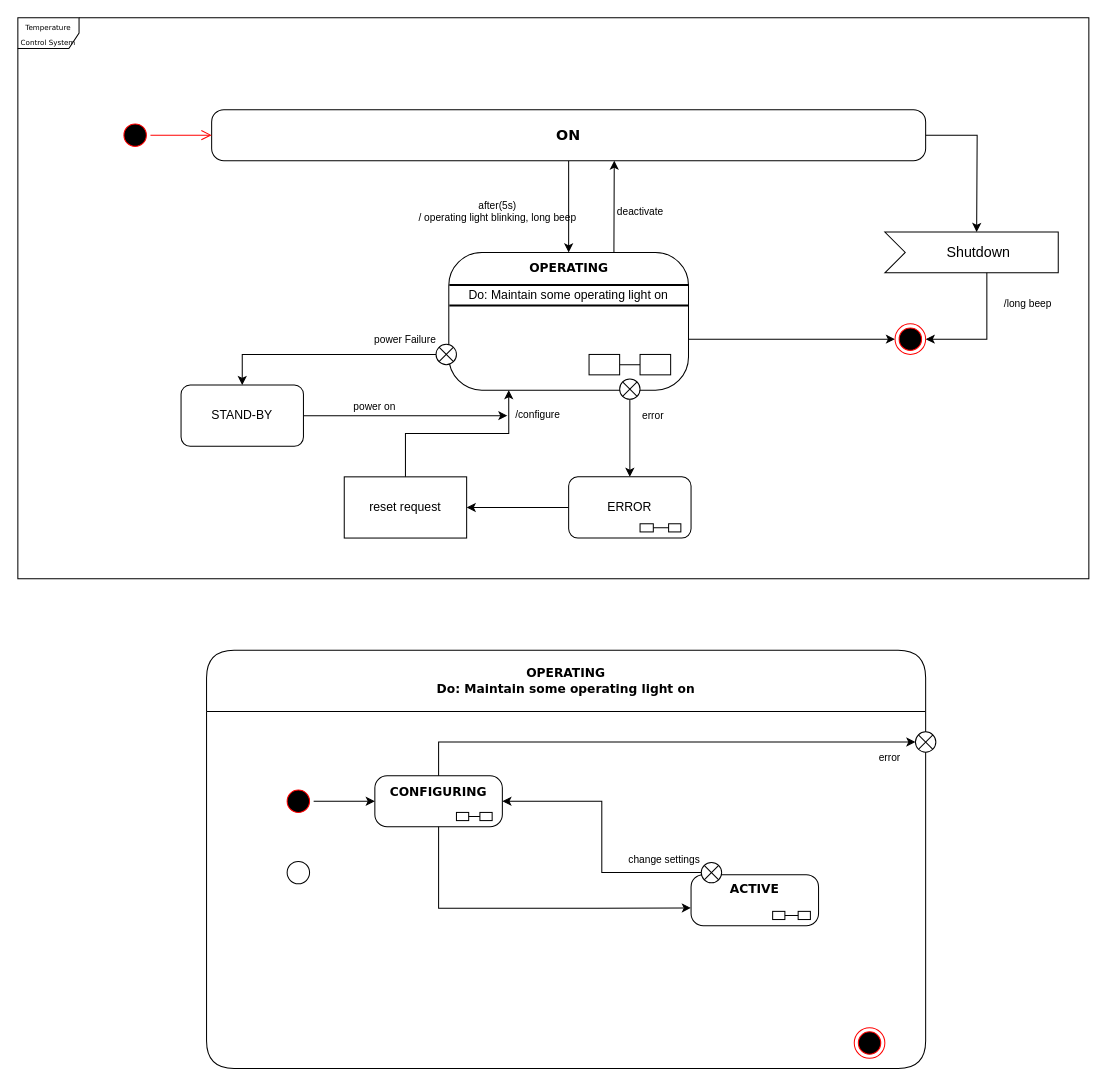
This is temp_co2_control_system.drawio from OZiad/UML_State_Machine_331, a draw.io file, before an edit. Source tidied: cells renumbered, new cells numbered last; positions are measured from the earlier drawing's top-left corner, leaving out a move shared by most shapes. Both pictures are drawn from the tidied source at 102%, with x=0, y=0 at pixel (17, 17).
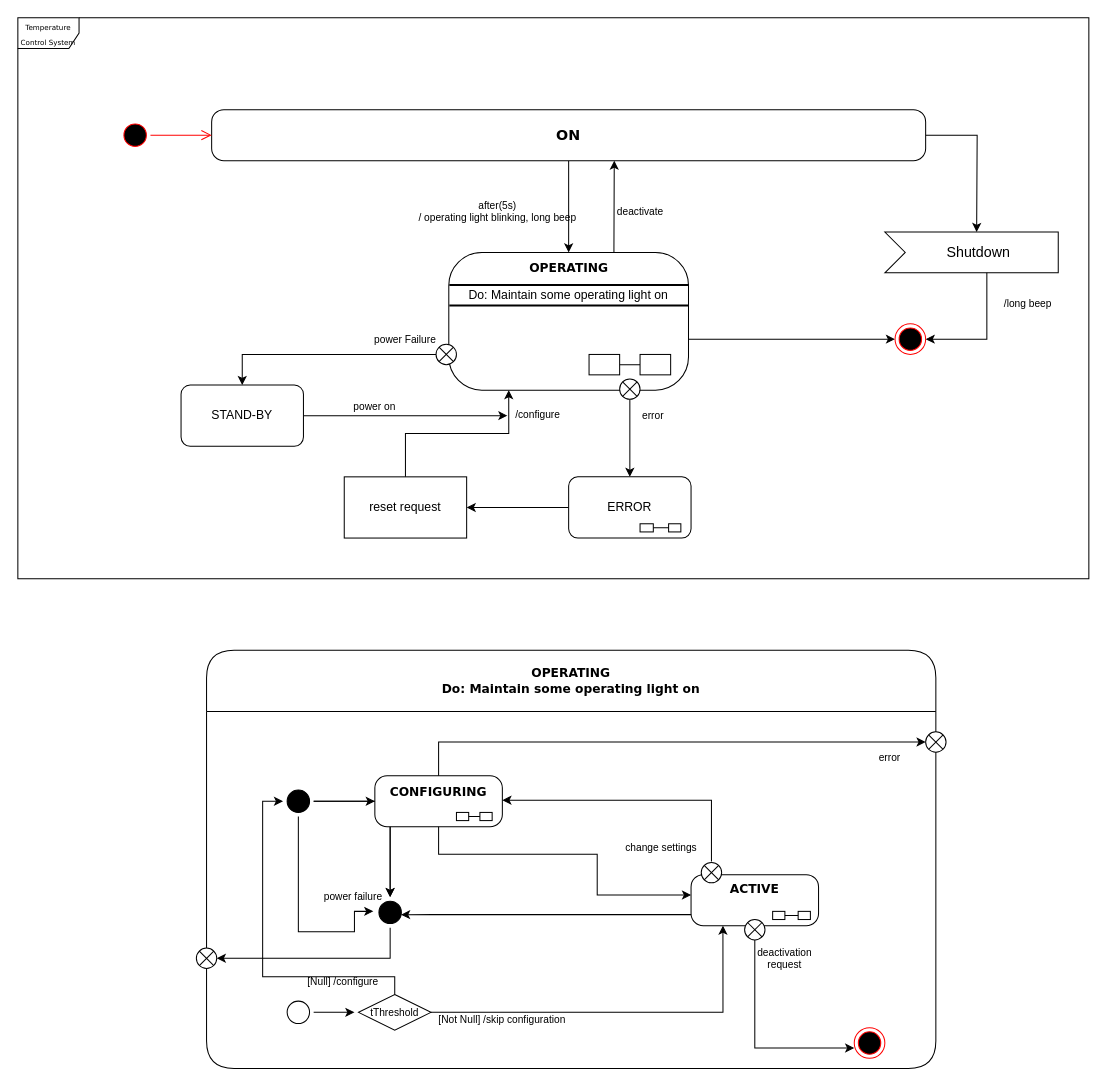
After the change.

Commit message:
Finish up OPERATING state

The change refers to these unchanged cells:
```xml
<mxCell id="3" style="ellipse;html=1;shape=endState;fillColor=#000000;strokeColor=#ff0000;rounded=1;shadow=0;comic=0;labelBackgroundColor=none;fontFamily=Verdana;fontSize=12;fontColor=#000000;align=center;" parent="2" vertex="1">
  <mxGeometry x="635" y="370" width="30" height="30" as="geometry" />
</mxCell>
<mxCell id="6" value="&lt;span style=&quot;font-size: 14px;&quot;&gt;&lt;b style=&quot;font-size: 12px;&quot;&gt;CONFIGURING&lt;/b&gt;&lt;/span&gt;" style="rounded=1;whiteSpace=wrap;html=1;arcSize=24;shadow=0;comic=0;labelBackgroundColor=none;fontFamily=Verdana;fontSize=12;align=center;verticalAlign=top;horizontal=1;points=[[0,0,0,0,0],[0,0.25,0,0,0],[0,0.5,0,0,0],[0,0.75,0,0,0],[0,1,0,0,0],[0.25,0,0,0,0],[0.25,1,0,0,0],[0.5,0,0,0,0],[0.5,1,0,0,0],[0.75,0,0,0,0],[0.75,1,0,0,0],[1,0,0,0,0],[1,0.25,0,0,0],[1,0.5,0,0,0],[1,0.75,0,0,0],[1,1,0,0,0]];" parent="2" vertex="1">
  <mxGeometry x="165" y="123" width="125" height="50" as="geometry" />
</mxCell>
<mxCell id="12" value="&lt;b&gt;ACTIVE&lt;/b&gt;" style="rounded=1;whiteSpace=wrap;html=1;arcSize=24;shadow=0;comic=0;labelBackgroundColor=none;fontFamily=Verdana;fontSize=12;align=center;verticalAlign=top;horizontal=1;points=[[0,0,0,0,0],[0,0.25,0,0,0],[0,0.5,0,0,0],[0,0.75,0,0,0],[0,1,0,0,0],[0.25,0,0,0,0],[0.25,1,0,0,0],[0.5,0,0,0,0],[0.5,1,0,0,0],[0.75,0,0,0,0],[0.75,1,0,0,0],[1,0,0,0,0],[1,0.25,0,0,0],[1,0.5,0,0,0],[1,0.75,0,0,0],[1,1,0,0,0]];" parent="2" vertex="1">
  <mxGeometry x="475" y="220" width="125" height="50" as="geometry" />
</mxCell>
<mxCell id="17" style="shape=sumEllipse;perimeter=ellipsePerimeter;html=1;backgroundOutline=1;" parent="2" vertex="1">
  <mxGeometry x="485" y="208" width="20" height="20" as="geometry" />
</mxCell>
```

Diff of the diagram source:
```diff
@@
     <mxCell id="2" value="OPERATING&lt;br&gt;Do: Maintain some operating light on" style="swimlane;whiteSpace=wrap;html=1;rounded=1;shadow=0;comic=0;labelBackgroundColor=none;strokeWidth=1;fontFamily=Verdana;fontSize=12;align=center;startSize=60;" parent="1" vertex="1">
-      <mxGeometry x="185" y="620" width="705" height="410" as="geometry" />
+      <mxGeometry x="185" y="620" width="715" height="410" as="geometry" />
     </mxCell>
@@
+    <mxCell id="60" style="edgeStyle=orthogonalEdgeStyle;rounded=0;jettySize=auto;html=1;" parent="2" edge="1" source="4" target="68">
+      <mxGeometry relative="1" as="geometry" />
+    </mxCell>
+    <mxCell id="61" style="edgeStyle=orthogonalEdgeStyle;rounded=0;jettySize=auto;html=1;entryX=0.75;entryY=1;entryDx=0;entryDy=0;" parent="2" edge="1" source="4" target="67">
+      <mxGeometry relative="1" as="geometry">
+        <Array as="points">
+          <mxPoint x="90" y="276" />
+          <mxPoint x="145" y="276" />
+          <mxPoint x="145" y="256" />
+        </Array>
+      </mxGeometry>
+    </mxCell>
-    <mxCell id="4" style="ellipse;html=1;shape=startState;fillColor=#000000;strokeColor=#ff0000;rounded=1;shadow=0;comic=0;labelBackgroundColor=none;fontFamily=Verdana;fontSize=12;fontColor=#000000;align=center;direction=south;" parent="2" vertex="1">
+    <mxCell id="4" style="ellipse;html=1;shape=startState;fillColor=#000000;strokeColor=#000000;rounded=1;shadow=0;comic=0;labelBackgroundColor=none;fontFamily=Verdana;fontSize=12;fontColor=#000000;align=center;direction=south;" parent="2" vertex="1">
       <mxGeometry x="75" y="133" width="30" height="30" as="geometry" />
     </mxCell>
+    <mxCell id="62" style="edgeStyle=orthogonalEdgeStyle;rounded=0;jettySize=auto;html=1;" parent="2" edge="1" source="5">
+      <mxGeometry relative="1" as="geometry">
+        <mxPoint x="145" y="355" as="targetPoint" />
+      </mxGeometry>
+    </mxCell>
     <mxCell id="5" style="ellipse;html=1;shape=startState;fillColor=none;strokeColor=#000000;rounded=1;shadow=0;comic=0;labelBackgroundColor=none;fontFamily=Verdana;fontSize=12;fontColor=#000000;align=center;direction=south;" parent="2" vertex="1">
-      <mxGeometry x="75" y="203" width="30" height="30" as="geometry" />
+      <mxGeometry x="75" y="340" width="30" height="30" as="geometry" />
     </mxCell>
+    <mxCell id="63" style="edgeStyle=orthogonalEdgeStyle;rounded=0;jettySize=auto;html=1;" parent="2" edge="1" source="6" target="68">
+      <mxGeometry relative="1" as="geometry">
+        <Array as="points">
+          <mxPoint x="180" y="180" />
+          <mxPoint x="180" y="180" />
+        </Array>
+      </mxGeometry>
+    </mxCell>
@@
-    <mxCell id="16" style="edgeStyle=orthogonalEdgeStyle;rounded=0;jettySize=auto;html=1;entryX=-0.001;entryY=0.652;entryDx=0;entryDy=0;entryPerimeter=0;" parent="2" edge="1" source="6" target="12">
-      <mxGeometry relative="1" as="geometry">
-        <Array as="points">
-          <mxPoint x="228" y="253" />
-          <mxPoint x="383" y="253" />
-        </Array>
-      </mxGeometry>
-    </mxCell>
@@
-    <mxCell id="18" style="edgeStyle=orthogonalEdgeStyle;rounded=0;jettySize=auto;html=1;entryX=1;entryY=0.5;entryDx=0;entryDy=0;entryPerimeter=0;" parent="2" edge="1" source="17" target="6">
-      <mxGeometry relative="1" as="geometry" />
+    <mxCell id="18" style="edgeStyle=orthogonalEdgeStyle;rounded=0;orthogonalLoop=1;jettySize=auto;html=1;entryX=1;entryY=0.5;entryDx=0;entryDy=0;entryPerimeter=0;" parent="2" edge="1">
+      <mxGeometry relative="1" as="geometry">
+        <mxPoint x="495" y="207" as="sourcePoint" />
+        <mxPoint x="290" y="147" as="targetPoint" />
+        <Array as="points">
+          <mxPoint x="495" y="147" />
+        </Array>
+      </mxGeometry>
     </mxCell>
     <mxCell id="19" value="change settings" style="text;html=1;strokeColor=none;fillColor=none;align=center;verticalAlign=middle;whiteSpace=wrap;rounded=0;fontSize=10;" parent="2" vertex="1">
-      <mxGeometry x="410" y="190" width="78" height="30" as="geometry" />
+      <mxGeometry x="407" y="178" width="78" height="30" as="geometry" />
     </mxCell>
+    <mxCell id="64" style="shape=sumEllipse;perimeter=ellipsePerimeter;html=1;backgroundOutline=1;" parent="2" vertex="1">
+      <mxGeometry x="527.5" y="264" width="20" height="20" as="geometry" />
+    </mxCell>
+    <mxCell id="65" style="edgeStyle=orthogonalEdgeStyle;rounded=0;jettySize=auto;html=1;entryX=-0.001;entryY=0.667;entryDx=0;entryDy=0;entryPerimeter=0;" parent="2" edge="1" source="64" target="3">
+      <mxGeometry relative="1" as="geometry">
+        <Array as="points">
+          <mxPoint x="537" y="390" />
+        </Array>
+      </mxGeometry>
+    </mxCell>
+    <mxCell id="66" value="deactivation request" style="text;html=1;strokeColor=none;fillColor=none;align=center;verticalAlign=middle;whiteSpace=wrap;rounded=0;fontSize=10;" parent="2" vertex="1">
+      <mxGeometry x="528" y="287" width="78" height="30" as="geometry" />
+    </mxCell>
+    <mxCell id="58" style="shape=sumEllipse;perimeter=ellipsePerimeter;html=1;backgroundOutline=1;" parent="2" vertex="1">
+      <mxGeometry x="705" y="80" width="20" height="20" as="geometry" />
+    </mxCell>
+    <mxCell id="59" style="edgeStyle=orthogonalEdgeStyle;rounded=0;jettySize=auto;html=1;entryX=0;entryY=0.5;entryDx=0;entryDy=0;" parent="2" edge="1" source="6" target="58">
+      <mxGeometry relative="1" as="geometry">
+        <Array as="points">
+          <mxPoint x="228" y="90" />
+        </Array>
+      </mxGeometry>
+    </mxCell>
+    <mxCell id="67" value="power failure" style="text;html=1;strokeColor=none;fillColor=none;align=center;verticalAlign=middle;whiteSpace=wrap;rounded=0;fontSize=10;" parent="2" vertex="1">
+      <mxGeometry x="105" y="226" width="78" height="30" as="geometry" />
+    </mxCell>
+    <mxCell id="68" style="ellipse;html=1;shape=startState;fillColor=#000000;strokeColor=#000000;rounded=1;shadow=0;comic=0;labelBackgroundColor=none;fontFamily=Verdana;fontSize=12;fontColor=#000000;align=center;direction=south;" parent="2" vertex="1">
+      <mxGeometry x="165" y="242" width="30" height="30" as="geometry" />
+    </mxCell>
+    <mxCell id="16" style="edgeStyle=orthogonalEdgeStyle;rounded=0;jettySize=auto;html=1;entryX=0;entryY=0.4;entryDx=0;entryDy=0;entryPerimeter=0;" parent="2" edge="1" source="6" target="12">
+      <mxGeometry relative="1" as="geometry">
+        <Array as="points">
+          <mxPoint x="228" y="200" />
+          <mxPoint x="383" y="200" />
+          <mxPoint x="383" y="240" />
+        </Array>
+      </mxGeometry>
+    </mxCell>
+    <mxCell id="69" style="edgeStyle=orthogonalEdgeStyle;rounded=0;jettySize=auto;html=1;entryX=0.574;entryY=0.144;entryDx=0;entryDy=0;entryPerimeter=0;" parent="2" edge="1" source="12" target="68">
+      <mxGeometry relative="1" as="geometry">
+        <Array as="points">
+          <mxPoint x="221" y="260" />
+        </Array>
+      </mxGeometry>
+    </mxCell>
+    <mxCell id="70" style="edgeStyle=orthogonalEdgeStyle;rounded=0;jettySize=auto;html=1;entryX=0.5;entryY=1;entryDx=0;entryDy=0;" parent="2" edge="1" source="71" target="4">
+      <mxGeometry relative="1" as="geometry">
+        <Array as="points">
+          <mxPoint x="185" y="320" />
+          <mxPoint x="55" y="320" />
+          <mxPoint x="55" y="148" />
+        </Array>
+      </mxGeometry>
+    </mxCell>
+    <mxCell id="71" value="tThreshold" style="rhombus;whiteSpace=wrap;html=1;fontSize=10;" parent="2" vertex="1">
+      <mxGeometry x="149" y="337.5" width="71" height="35" as="geometry" />
+    </mxCell>
+    <mxCell id="72" value="[Null] /configure" style="text;html=1;strokeColor=none;fillColor=none;align=center;verticalAlign=middle;whiteSpace=wrap;rounded=0;fontSize=10;" parent="2" vertex="1">
+      <mxGeometry x="95" y="310" width="78" height="30" as="geometry" />
+    </mxCell>
+    <mxCell id="73" value="[Not Null] /skip configuration" style="text;html=1;strokeColor=none;fillColor=none;align=center;verticalAlign=middle;whiteSpace=wrap;rounded=0;fontSize=10;" parent="2" vertex="1">
+      <mxGeometry x="220" y="347" width="140" height="30" as="geometry" />
+    </mxCell>
+    <mxCell id="74" style="edgeStyle=orthogonalEdgeStyle;rounded=0;jettySize=auto;html=1;entryX=0.25;entryY=1;entryDx=0;entryDy=0;entryPerimeter=0;" parent="2" edge="1" source="71" target="12">
+      <mxGeometry relative="1" as="geometry" />
+    </mxCell>
@@
-    <mxCell id="58" style="shape=sumEllipse;perimeter=ellipsePerimeter;html=1;backgroundOutline=1;" parent="1" vertex="1">
-      <mxGeometry x="880" y="700" width="20" height="20" as="geometry" />
-    </mxCell>
-    <mxCell id="59" style="edgeStyle=orthogonalEdgeStyle;rounded=0;jettySize=auto;html=1;entryX=0;entryY=0.5;entryDx=0;entryDy=0;" parent="1" edge="1" source="6" target="58">
-      <mxGeometry relative="1" as="geometry">
-        <Array as="points">
-          <mxPoint x="413" y="710" />
-        </Array>
-      </mxGeometry>
-    </mxCell>
+    <mxCell id="75" style="shape=sumEllipse;perimeter=ellipsePerimeter;html=1;backgroundOutline=1;" parent="1" vertex="1">
+      <mxGeometry x="175" y="912" width="20" height="20" as="geometry" />
+    </mxCell>
+    <mxCell id="76" style="edgeStyle=orthogonalEdgeStyle;rounded=0;orthogonalLoop=1;jettySize=auto;html=1;entryX=1;entryY=0.5;entryDx=0;entryDy=0;" parent="1" edge="1">
+      <mxGeometry relative="1" as="geometry">
+        <mxPoint x="365" y="892" as="sourcePoint" />
+        <mxPoint x="195" y="922" as="targetPoint" />
+        <Array as="points">
+          <mxPoint x="365" y="922" />
+        </Array>
+      </mxGeometry>
+    </mxCell>
```
